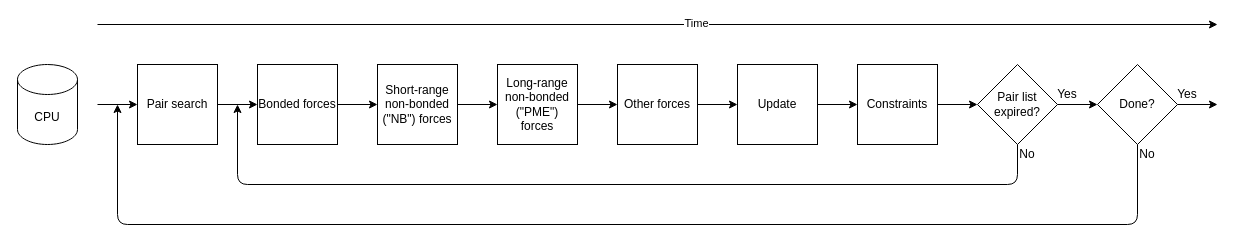
The draw.io diagram content/diagrams/molecular-dynamics-workflow-on-cpus.drawio in ENCCS/gromacs-gpu-performance, before the edit. Source tidied: cells renumbered, new cells numbered last; positions are measured from the earlier drawing's top-left corner, leaving out a move shared by most shapes. Both pictures are drawn from the tidied source at 100%, with x=0, y=0 at pixel (17, 24).
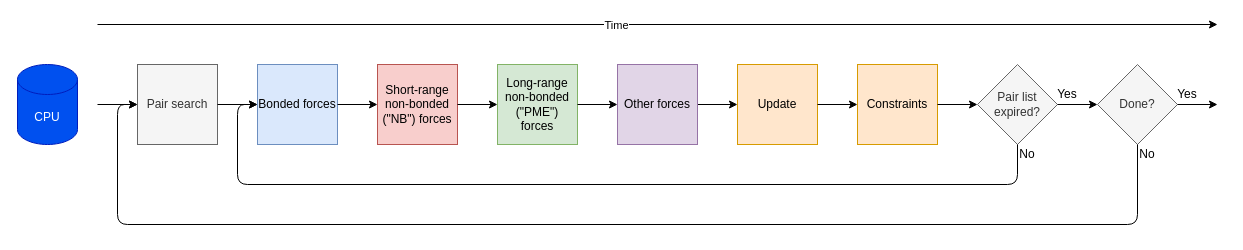
The same page after the edit.

Unchanged cells that the change refers to:
```xml
<mxCell id="2" style="endArrow=classic;html=1;" parent="1" edge="1">
  <mxGeometry relative="1" as="geometry">
    <mxPoint x="80" as="sourcePoint" />
    <mxPoint x="1200" as="targetPoint" />
  </mxGeometry>
</mxCell>
```

The edit, as a diff of the source:
```diff
@@
     <mxCell id="3" value="Time" style="edgeLabel;html=1;align=center;verticalAlign=middle;" parent="2" vertex="1">
       <mxGeometry x="0.14" y="3" relative="1" as="geometry">
-        <mxPoint x="-40" y="1.5" as="offset" />
+        <mxPoint x="-120" y="3" as="offset" />
       </mxGeometry>
     </mxCell>
-    <mxCell id="4" value="Update" style="whiteSpace=wrap;html=1;" parent="1" vertex="1">
+    <mxCell id="4" value="Update" style="whiteSpace=wrap;html=1;fillColor=#ffe6cc;strokeColor=#d79b00;" parent="1" vertex="1">
       <mxGeometry x="720" y="40" width="80" height="80" as="geometry" />
     </mxCell>
-    <mxCell id="5" value="Constraints" style="whiteSpace=wrap;html=1;" parent="1" vertex="1">
+    <mxCell id="5" value="Constraints" style="whiteSpace=wrap;html=1;fillColor=#ffe6cc;strokeColor=#d79b00;" parent="1" vertex="1">
       <mxGeometry x="840" y="40" width="80" height="80" as="geometry" />
     </mxCell>
@@
-    <mxCell id="9" value="Pair list expired?" style="rhombus;whiteSpace=wrap;html=1;" parent="1" vertex="1">
+    <mxCell id="9" value="Pair list expired?" style="rhombus;whiteSpace=wrap;html=1;fillColor=#f5f5f5;strokeColor=#666666;fontColor=#333333;" parent="1" vertex="1">
       <mxGeometry x="960" y="40" width="80" height="80" as="geometry" />
     </mxCell>
@@
-    <mxCell id="14" value="Pair search" style="whiteSpace=wrap;html=1;" parent="1" vertex="1">
+    <mxCell id="14" value="Pair search" style="whiteSpace=wrap;html=1;fillColor=#f5f5f5;strokeColor=#666666;fontColor=#333333;" parent="1" vertex="1">
       <mxGeometry x="120" y="40" width="80" height="80" as="geometry" />
     </mxCell>
-    <mxCell id="15" value="Bonded forces" style="whiteSpace=wrap;html=1;" parent="1" vertex="1">
+    <mxCell id="15" value="Bonded forces" style="whiteSpace=wrap;html=1;fillColor=#dae8fc;strokeColor=#6c8ebf;" parent="1" vertex="1">
       <mxGeometry x="240" y="40" width="80" height="80" as="geometry" />
     </mxCell>
-    <mxCell id="16" value="Short-range&lt;br&gt;non-bonded (&quot;NB&quot;) forces" style="whiteSpace=wrap;html=1;" parent="1" vertex="1">
+    <mxCell id="16" value="Short-range&lt;br&gt;non-bonded (&quot;NB&quot;) forces" style="whiteSpace=wrap;html=1;fillColor=#f8cecc;strokeColor=#b85450;" parent="1" vertex="1">
       <mxGeometry x="360" y="40" width="80" height="80" as="geometry" />
     </mxCell>
-    <mxCell id="17" value="Long-range non-bonded (&quot;PME&quot;) forces" style="whiteSpace=wrap;html=1;" parent="1" vertex="1">
+    <mxCell id="17" value="Long-range non-bonded (&quot;PME&quot;) forces" style="whiteSpace=wrap;html=1;fillColor=#d5e8d4;strokeColor=#82b366;" parent="1" vertex="1">
       <mxGeometry x="480" y="40" width="80" height="80" as="geometry" />
     </mxCell>
-    <mxCell id="18" value="Other forces" style="whiteSpace=wrap;html=1;" parent="1" vertex="1">
+    <mxCell id="18" value="Other forces" style="whiteSpace=wrap;html=1;fillColor=#e1d5e7;strokeColor=#9673a6;" parent="1" vertex="1">
       <mxGeometry x="600" y="40" width="80" height="80" as="geometry" />
     </mxCell>
@@
-    <mxCell id="22" value="Done?" style="rhombus;whiteSpace=wrap;html=1;" parent="1" vertex="1">
+    <mxCell id="22" value="Done?" style="rhombus;whiteSpace=wrap;html=1;fillColor=#f5f5f5;strokeColor=#666666;fontColor=#333333;" parent="1" vertex="1">
       <mxGeometry x="1080" y="40" width="80" height="80" as="geometry" />
     </mxCell>
@@
     <mxCell id="25" style="endArrow=classic;html=1;exitX=0.5;exitY=1;exitDx=0;exitDy=0;" parent="1" edge="1" source="22">
       <mxGeometry relative="1" as="geometry">
-        <mxPoint x="100" y="80" as="targetPoint" />
+        <mxPoint x="120" y="80" as="targetPoint" />
         <Array as="points">
           <mxPoint x="1120" y="200" />
           <mxPoint x="100" y="200" />
+          <mxPoint x="100" y="80" />
         </Array>
       </mxGeometry>
     </mxCell>
     <mxCell id="26" style="endArrow=classic;html=1;exitX=0.5;exitY=1;exitDx=0;exitDy=0;" parent="1" edge="1" source="9">
       <mxGeometry relative="1" as="geometry">
-        <mxPoint x="220" y="80" as="targetPoint" />
+        <mxPoint x="240" y="80" as="targetPoint" />
         <Array as="points">
           <mxPoint x="1000" y="160" />
           <mxPoint x="220" y="160" />
+          <mxPoint x="220" y="80" />
         </Array>
       </mxGeometry>
     </mxCell>
@@
-    <mxCell id="28" value="CPU" style="shape=cylinder3;whiteSpace=wrap;html=1;boundedLbl=1;backgroundOutline=1;size=15;" parent="1" vertex="1">
+    <mxCell id="28" value="CPU" style="shape=cylinder3;whiteSpace=wrap;html=1;boundedLbl=1;backgroundOutline=1;size=15;fillColor=#0050ef;strokeColor=#001DBC;fontColor=#ffffff;" parent="1" vertex="1">
       <mxGeometry y="40" width="60" height="80" as="geometry" />
     </mxCell>
```
